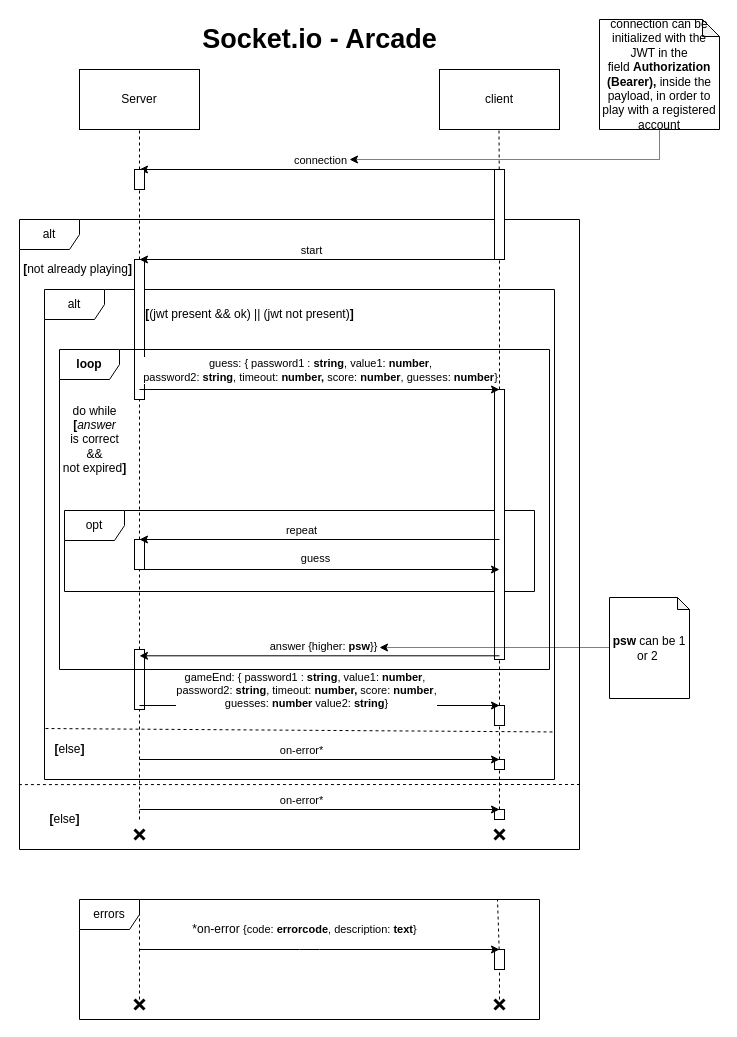
Above: docs/backend/arcade.socket.drawio in ldeluigi/higher-lower-pwned (draw.io), before the change. Source tidied: cells renumbered, new cells numbered last; positions are measured from the earlier drawing's top-left corner, leaving out a move shared by most shapes. Both pictures are drawn from the tidied source at 100%, with x=0, y=0 at pixel (17, 19).
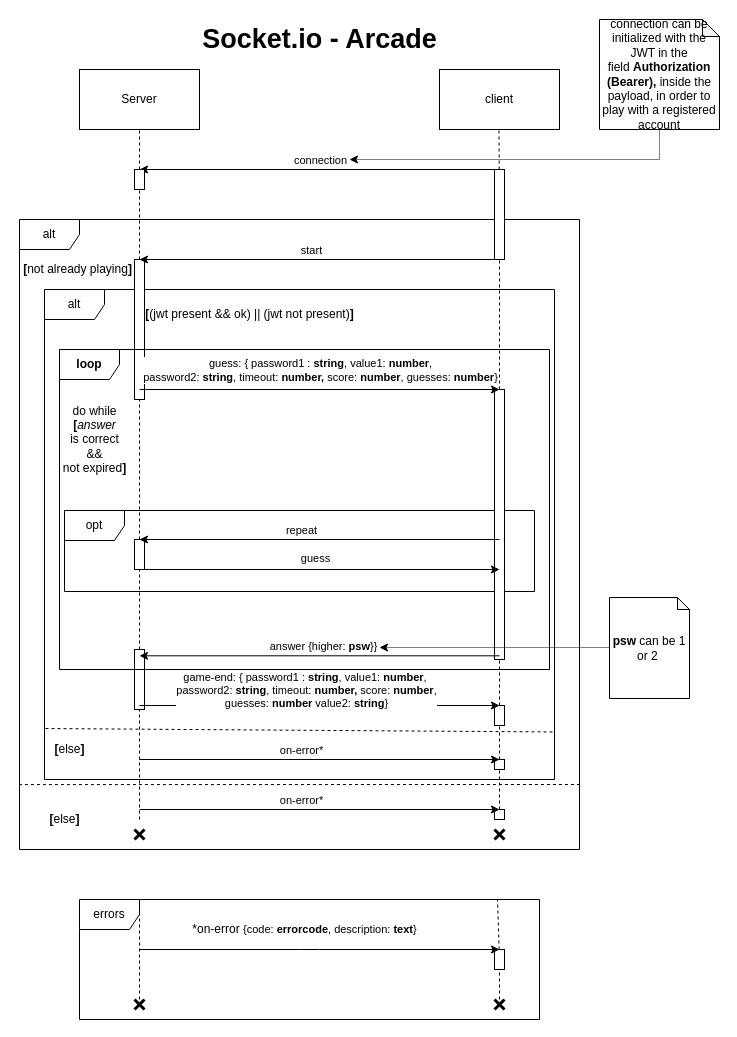
Above is the later version.

The change refers to these unchanged cells:
```xml
<mxCell id="38" style="endArrow=classic;html=1;" parent="1" edge="1">
  <mxGeometry relative="1" as="geometry">
    <mxPoint x="122" y="686" as="sourcePoint" />
    <mxPoint x="482" y="686" as="targetPoint" />
  </mxGeometry>
</mxCell>
```

What changed in the source:
```diff
@@
-    <mxCell id="39" value="&lt;span style=&quot;font-size: 11px&quot;&gt;gameEnd: { password1 :&amp;nbsp;&lt;/span&gt;&lt;b style=&quot;font-size: 11px&quot;&gt;string&lt;/b&gt;&lt;span style=&quot;font-size: 11px&quot;&gt;, value1:&amp;nbsp;&lt;/span&gt;&lt;b style=&quot;font-size: 11px&quot;&gt;number&lt;/b&gt;&lt;span style=&quot;font-size: 11px&quot;&gt;,&amp;nbsp;&lt;/span&gt;&lt;br style=&quot;font-size: 11px&quot;&gt;&lt;span style=&quot;font-size: 11px&quot;&gt;password2:&amp;nbsp;&lt;/span&gt;&lt;b style=&quot;font-size: 11px&quot;&gt;string&lt;/b&gt;&lt;span style=&quot;font-size: 11px&quot;&gt;, timeout:&amp;nbsp;&lt;/span&gt;&lt;b style=&quot;font-size: 11px&quot;&gt;number,&amp;nbsp;&lt;/b&gt;&lt;span style=&quot;font-size: 11px&quot;&gt;score:&amp;nbsp;&lt;/span&gt;&lt;b style=&quot;font-size: 11px&quot;&gt;number&lt;/b&gt;&lt;span style=&quot;font-size: 11px&quot;&gt;, &lt;br&gt;guesses:&amp;nbsp;&lt;/span&gt;&lt;b style=&quot;font-size: 11px&quot;&gt;number &lt;/b&gt;&lt;span style=&quot;font-size: 11px&quot;&gt;value2: &lt;b&gt;string&lt;/b&gt;&lt;/span&gt;&lt;span style=&quot;font-size: 11px&quot;&gt;}&lt;/span&gt;&lt;span style=&quot;color: rgba(0 , 0 , 0 , 0) ; font-family: monospace ; font-size: 0px ; background-color: rgb(248 , 249 , 250)&quot;&gt;%3CmxGraphModel%3E%3Croot%3E%3CmxCell%20id%3D%220%22%2F%3E%3CmxCell%20id%3D%221%22%20parent%3D%220%22%2F%3E%3CmxCell%20id%3D%222%22%20value%3D%22%22%20style%3D%22endArrow%3Dnone%3Bdashed%3D1%3Bhtml%3D1%3BentryX%3D0.5%3BentryY%3D1%3BentryDx%3D0%3BentryDy%3D0%3B%22%20edge%3D%221%22%20parent%3D%221%22%3E%3CmxGeometry%20width%3D%2250%22%20height%3D%2250%22%20relative%3D%221%22%20as%3D%22geometry%22%3E%3CmxPoint%20x%3D%22200%22%20y%3D%22760%22%20as%3D%22sourcePoint%22%2F%3E%3CmxPoint%20x%3D%22200%22%20y%3D%22120%22%20as%3D%22targetPoint%22%2F%3E%3C%2FmxGeometry%3E%3C%2FmxCell%3E%3C%2Froot%3E%3C%2FmxGraphModel%3E&lt;b&gt;v&lt;/b&gt;&lt;/span&gt;" style="edgeLabel;html=1;align=center;verticalAlign=middle;fontSize=10;" parent="38" vertex="1">
+    <mxCell id="39" value="&lt;span style=&quot;font-size: 11px&quot;&gt;game-end: { password1 :&amp;nbsp;&lt;/span&gt;&lt;b style=&quot;font-size: 11px&quot;&gt;string&lt;/b&gt;&lt;span style=&quot;font-size: 11px&quot;&gt;, value1:&amp;nbsp;&lt;/span&gt;&lt;b style=&quot;font-size: 11px&quot;&gt;number&lt;/b&gt;&lt;span style=&quot;font-size: 11px&quot;&gt;,&amp;nbsp;&lt;/span&gt;&lt;br style=&quot;font-size: 11px&quot;&gt;&lt;span style=&quot;font-size: 11px&quot;&gt;password2:&amp;nbsp;&lt;/span&gt;&lt;b style=&quot;font-size: 11px&quot;&gt;string&lt;/b&gt;&lt;span style=&quot;font-size: 11px&quot;&gt;, timeout:&amp;nbsp;&lt;/span&gt;&lt;b style=&quot;font-size: 11px&quot;&gt;number,&amp;nbsp;&lt;/b&gt;&lt;span style=&quot;font-size: 11px&quot;&gt;score:&amp;nbsp;&lt;/span&gt;&lt;b style=&quot;font-size: 11px&quot;&gt;number&lt;/b&gt;&lt;span style=&quot;font-size: 11px&quot;&gt;, &lt;br&gt;guesses:&amp;nbsp;&lt;/span&gt;&lt;b style=&quot;font-size: 11px&quot;&gt;number &lt;/b&gt;&lt;span style=&quot;font-size: 11px&quot;&gt;value2: &lt;b&gt;string&lt;/b&gt;&lt;/span&gt;&lt;span style=&quot;font-size: 11px&quot;&gt;}&lt;/span&gt;&lt;span style=&quot;color: rgba(0 , 0 , 0 , 0) ; font-family: monospace ; font-size: 0px ; background-color: rgb(248 , 249 , 250)&quot;&gt;%3CmxGraphModel%3E%3Croot%3E%3CmxCell%20id%3D%220%22%2F%3E%3CmxCell%20id%3D%221%22%20parent%3D%220%22%2F%3E%3CmxCell%20id%3D%222%22%20value%3D%22%22%20style%3D%22endArrow%3Dnone%3Bdashed%3D1%3Bhtml%3D1%3BentryX%3D0.5%3BentryY%3D1%3BentryDx%3D0%3BentryDy%3D0%3B%22%20edge%3D%221%22%20parent%3D%221%22%3E%3CmxGeometry%20width%3D%2250%22%20height%3D%2250%22%20relative%3D%221%22%20as%3D%22geometry%22%3E%3CmxPoint%20x%3D%22200%22%20y%3D%22760%22%20as%3D%22sourcePoint%22%2F%3E%3CmxPoint%20x%3D%22200%22%20y%3D%22120%22%20as%3D%22targetPoint%22%2F%3E%3C%2FmxGeometry%3E%3C%2FmxCell%3E%3C%2Froot%3E%3C%2FmxGraphModel%3E&lt;b&gt;v&lt;/b&gt;&lt;/span&gt;" style="edgeLabel;html=1;align=center;verticalAlign=middle;fontSize=10;" parent="38" vertex="1">
       <mxGeometry x="-0.19" relative="1" as="geometry">
         <mxPoint x="20" y="-16" as="offset" />
       </mxGeometry>
     </mxCell>
```
